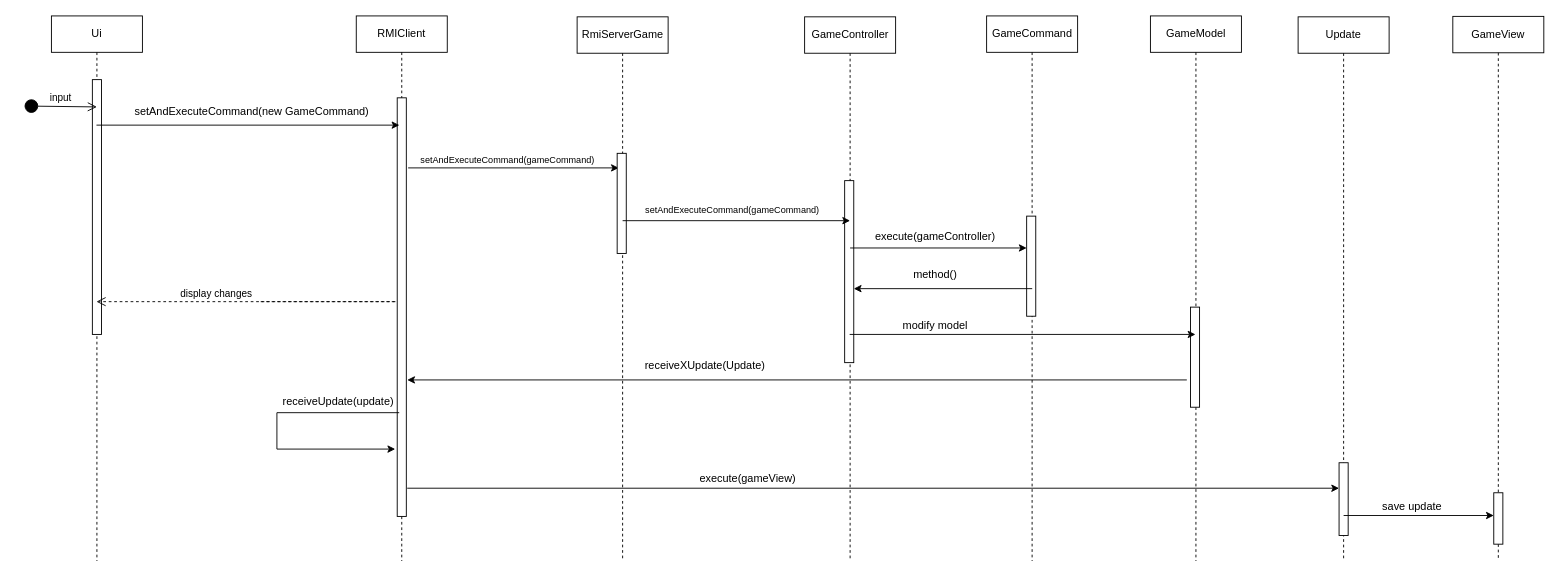
The draw.io diagram deliverables/network_documentation/Rmi_game_flow.drawio in matteovolpari5/Codex-Natuarlis, before the edit. Source tidied: cells renumbered, new cells numbered last; positions are measured from the earlier drawing's top-left corner, leaving out a move shared by most shapes. Both pictures are drawn from the tidied source at 91%, with x=0, y=0 at pixel (24, 15).
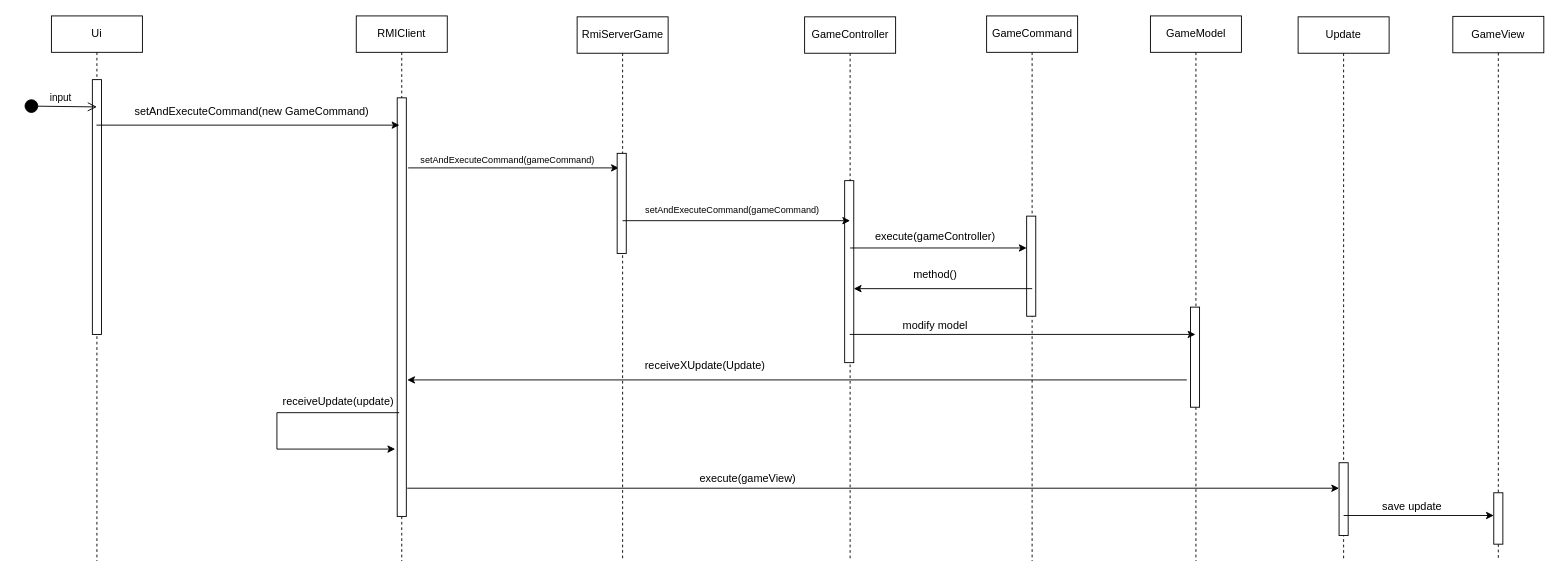
The same page after the edit.

The change refers to these unchanged cells:
```xml
<mxCell id="2" value="Ui" style="shape=umlLifeline;perimeter=lifelinePerimeter;whiteSpace=wrap;html=1;outlineConnect=0;portConstraint=eastwest;newEdgeStyle={&quot;edgeStyle&quot;:&quot;elbowEdgeStyle&quot;,&quot;elbow&quot;:&quot;vertical&quot;,&quot;curved&quot;:0,&quot;rounded&quot;:0};" parent="1" vertex="1">
  <mxGeometry x="30" width="100" height="599" as="geometry" />
</mxCell>
```

Diff of the diagram source:
```diff
@@
-    <mxCell id="15" value="display changes" style="html=1;verticalAlign=bottom;endArrow=open;dashed=1;endSize=8;edgeStyle=elbowEdgeStyle;elbow=vertical;curved=0;rounded=0;" parent="1" edge="1" target="2">
-      <mxGeometry x="0.45" relative="1" as="geometry">
-        <mxPoint x="260" y="314" as="sourcePoint" />
-        <Array as="points">
-          <mxPoint x="409" y="314" />
-        </Array>
-      </mxGeometry>
-    </mxCell>
```
